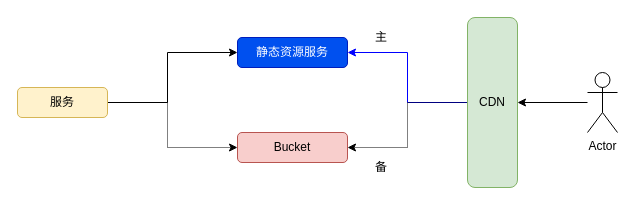
Earlier version of the draw.io diagram 未命名绘图.drawio (fengwei5280/14th). Source tidied: cells renumbered, new cells numbered last; positions are measured from the earlier drawing's top-left corner, leaving out a move shared by most shapes. Both pictures are drawn from the tidied source at 100%, with x=0, y=0 at pixel (17, 17).
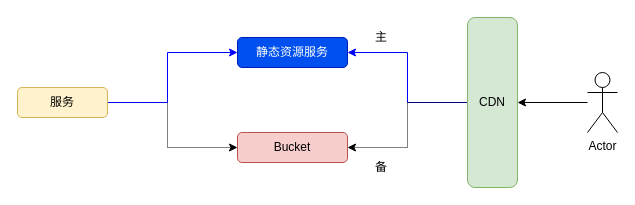
After the change.

Commit message (it also covers changes not shown here):
更新未命名绘图.drawio

The edit, as a diff of the source:
```diff
@@
 <mxGraphModel>
   <root>
     <mxCell id="0" />
     <mxCell id="1" parent="0" />
     <mxCell id="2" style="edgeStyle=orthogonalEdgeStyle;rounded=0;jettySize=auto;html=1;dashed=1;dashPattern=1 1;" parent="1" edge="1" source="4" target="8">
       <mxGeometry relative="1" as="geometry">
         <Array as="points">
           <mxPoint x="150" y="85" />
           <mxPoint x="150" y="130" />
         </Array>
       </mxGeometry>
     </mxCell>
-    <mxCell id="3" style="edgeStyle=orthogonalEdgeStyle;rounded=0;jettySize=auto;html=1;entryX=0;entryY=0.5;entryDx=0;entryDy=0;" parent="1" edge="1" source="4" target="7">
+    <mxCell id="3" style="edgeStyle=orthogonalEdgeStyle;rounded=0;jettySize=auto;html=1;entryX=0;entryY=0.5;entryDx=0;entryDy=0;strokeColor=#0000FF;" parent="1" edge="1" source="4" target="7">
       <mxGeometry relative="1" as="geometry">
         <Array as="points">
           <mxPoint x="150" y="85" />
           <mxPoint x="150" y="35" />
         </Array>
       </mxGeometry>
     </mxCell>
     <mxCell id="4" value="服务" style="rounded=1;whiteSpace=wrap;html=1;fillColor=#fff2cc;strokeColor=#d6b656;" parent="1" vertex="1">
       <mxGeometry y="70" width="90" height="30" as="geometry" />
     </mxCell>
     <mxCell id="5" style="edgeStyle=orthogonalEdgeStyle;rounded=0;jettySize=auto;html=1;" parent="1" edge="1" source="6" target="11">
       <mxGeometry relative="1" as="geometry" />
     </mxCell>
     <mxCell id="6" value="Actor" style="shape=umlActor;verticalLabelPosition=bottom;verticalAlign=top;html=1;outlineConnect=0;" parent="1" vertex="1">
       <mxGeometry x="570" y="55" width="30" height="60" as="geometry" />
     </mxCell>
     <mxCell id="7" value="静态资源服务" style="rounded=1;whiteSpace=wrap;html=1;fillColor=#0050ef;strokeColor=#001DBC;fontColor=#ffffff;" parent="1" vertex="1">
       <mxGeometry x="220" y="20" width="110" height="30" as="geometry" />
     </mxCell>
     <mxCell id="8" value="Bucket" style="rounded=1;whiteSpace=wrap;html=1;fillColor=#f8cecc;strokeColor=#b85450;" parent="1" vertex="1">
       <mxGeometry x="220" y="115" width="110" height="30" as="geometry" />
     </mxCell>
     <mxCell id="9" style="edgeStyle=orthogonalEdgeStyle;rounded=0;jettySize=auto;html=1;entryX=1;entryY=0.5;entryDx=0;entryDy=0;strokeColor=#0000FF;" parent="1" edge="1" source="11" target="7">
       <mxGeometry relative="1" as="geometry" />
     </mxCell>
     <mxCell id="10" style="edgeStyle=orthogonalEdgeStyle;rounded=0;jettySize=auto;html=1;entryX=1;entryY=0.5;entryDx=0;entryDy=0;dashed=1;dashPattern=1 1;" parent="1" edge="1" source="11" target="8">
       <mxGeometry relative="1" as="geometry" />
     </mxCell>
     <mxCell id="11" value="CDN" style="rounded=1;whiteSpace=wrap;html=1;fillColor=#d5e8d4;strokeColor=#82b366;" parent="1" vertex="1">
       <mxGeometry x="450" width="50" height="170" as="geometry" />
     </mxCell>
     <mxCell id="12" value="备" style="text;html=1;strokeColor=none;fillColor=none;align=center;verticalAlign=middle;whiteSpace=wrap;rounded=0;" parent="1" vertex="1">
       <mxGeometry x="344" y="140" width="40" height="20" as="geometry" />
     </mxCell>
     <mxCell id="13" value="主" style="text;html=1;strokeColor=none;fillColor=none;align=center;verticalAlign=middle;whiteSpace=wrap;rounded=0;" parent="1" vertex="1">
       <mxGeometry x="344" y="10" width="40" height="20" as="geometry" />
     </mxCell>
   </root>
 </mxGraphModel>
```
